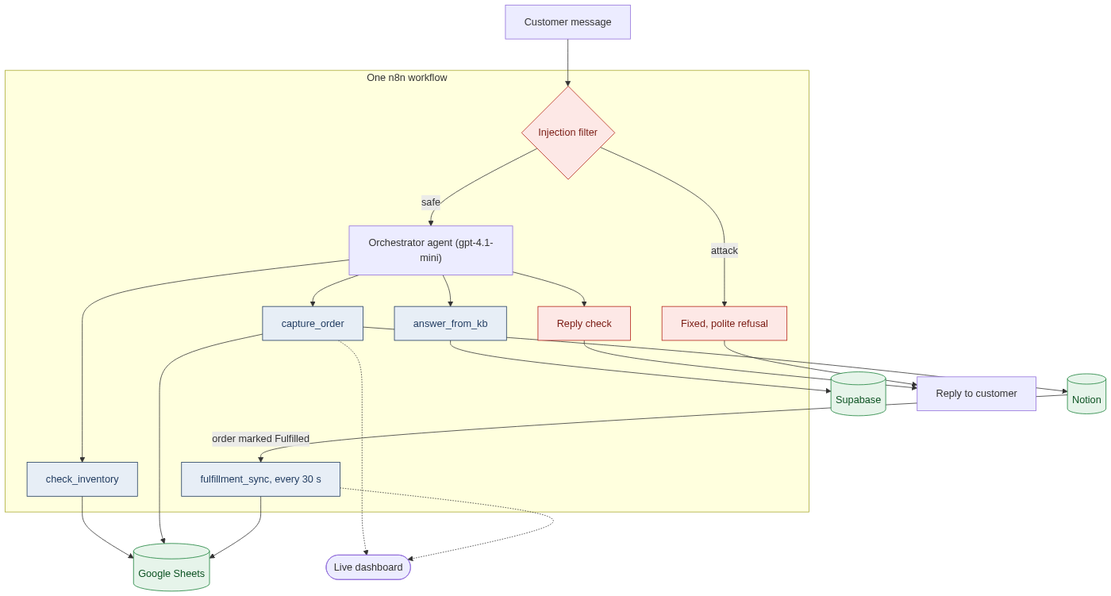
Above: docs/images/architecture.png in RideneFiras/MultiAppHackathon (Mermaid), before the change. Its source is kept beside it as docs/architecture.mmd. Its diagram source:
```mermaid
flowchart TD
    customer["Customer message"] --> filter
    subgraph workflow["One n8n workflow"]
        filter{"Injection filter"}
        refusal["Fixed, polite refusal"]
        agent["Orchestrator agent (gpt-4.1-mini)"]
        inventory["check_inventory"]
        capture["capture_order"]
        kb["answer_from_kb"]
        check["Reply check"]
        sync["fulfillment_sync, every 30 s"]
        filter -- "attack" --> refusal
        filter -- "safe" --> agent
        agent --> inventory
        agent --> capture
        agent --> kb
        agent --> check
    end
    inventory --> sheets[("Google Sheets")]
    capture --> sheets
    capture --> notion[("Notion")]
    kb --> supabase[("Supabase")]
    notion -- "order marked Fulfilled" --> sync
    sync --> sheets
    check --> reply["Reply to customer"]
    refusal --> reply
    capture -.-> dashboard(["Live dashboard"])
    sync -.-> dashboard
    classDef guard fill:#fde8e6,stroke:#b42318,color:#7a1c14
    classDef tool fill:#e7eef6,stroke:#1f3a5f,color:#1f3a5f
    classDef app fill:#e6f4ea,stroke:#188038,color:#0d5323
    class filter,refusal,check guard
    class inventory,capture,kb,sync tool
    class sheets,notion,supabase app
```
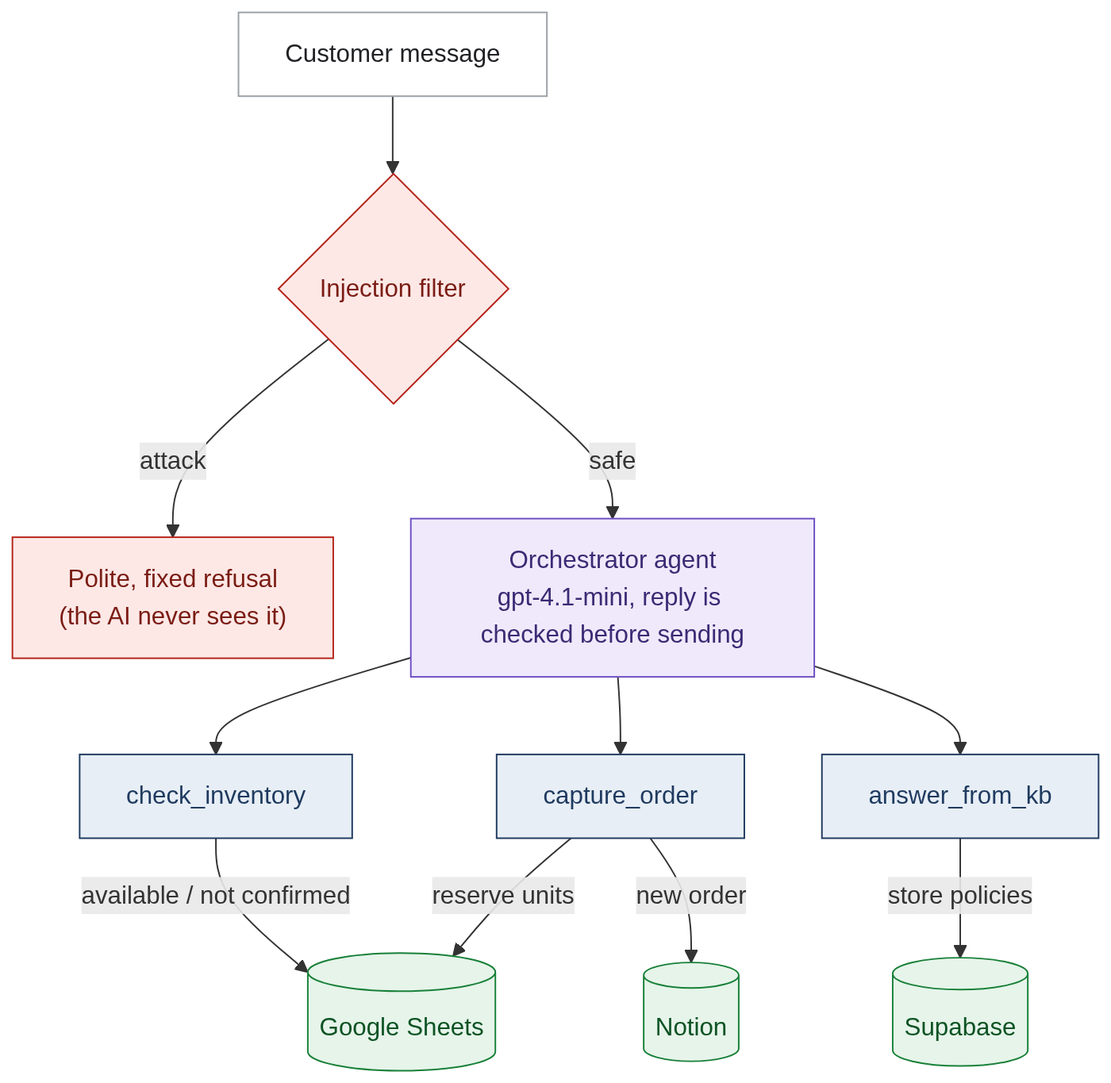
Above is the later version.

Commit message:
README: two clean architecture diagrams as images

Change to the diagram source:
```diff
@@ -1,34 +1,21 @@
 flowchart TD
-    customer["Customer message"] --> filter
-    subgraph workflow["One n8n workflow"]
-        filter{"Injection filter"}
-        refusal["Fixed, polite refusal"]
-        agent["Orchestrator agent (gpt-4.1-mini)"]
-        inventory["check_inventory"]
-        capture["capture_order"]
-        kb["answer_from_kb"]
-        check["Reply check"]
-        sync["fulfillment_sync, every 30 s"]
-        filter -- "attack" --> refusal
-        filter -- "safe" --> agent
-        agent --> inventory
-        agent --> capture
-        agent --> kb
-        agent --> check
-    end
-    inventory --> sheets[("Google Sheets")]
-    capture --> sheets
-    capture --> notion[("Notion")]
-    kb --> supabase[("Supabase")]
-    notion -- "order marked Fulfilled" --> sync
-    sync --> sheets
-    check --> reply["Reply to customer"]
-    refusal --> reply
-    capture -.-> dashboard(["Live dashboard"])
-    sync -.-> dashboard
+    customer["Customer message"] --> filter{"Injection filter"}
+    filter -- "attack" --> refusal["Polite, fixed refusal<br/>(the AI never sees it)"]
+    filter -- "safe" --> agent["Orchestrator agent<br/>gpt-4.1-mini, reply is checked before sending"]
+    agent --> inventory["check_inventory"]
+    agent --> capture["capture_order"]
+    agent --> kb["answer_from_kb"]
+    inventory -- "available / not confirmed" --> sheets[("Google Sheets")]
+    capture -- "reserve units" --> sheets
+    capture -- "new order" --> notion[("Notion")]
+    kb -- "store policies" --> supabase[("Supabase")]
     classDef guard fill:#fde8e6,stroke:#b42318,color:#7a1c14
+    classDef agentc fill:#efe9fb,stroke:#6d4fc2,color:#3b2a74
     classDef tool fill:#e7eef6,stroke:#1f3a5f,color:#1f3a5f
     classDef app fill:#e6f4ea,stroke:#188038,color:#0d5323
-    class filter,refusal,check guard
-    class inventory,capture,kb,sync tool
+    classDef plain fill:#ffffff,stroke:#9aa0a6,color:#202124
+    class customer plain
+    class filter,refusal guard
+    class agent agentc
+    class inventory,capture,kb tool
     class sheets,notion,supabase app
```
